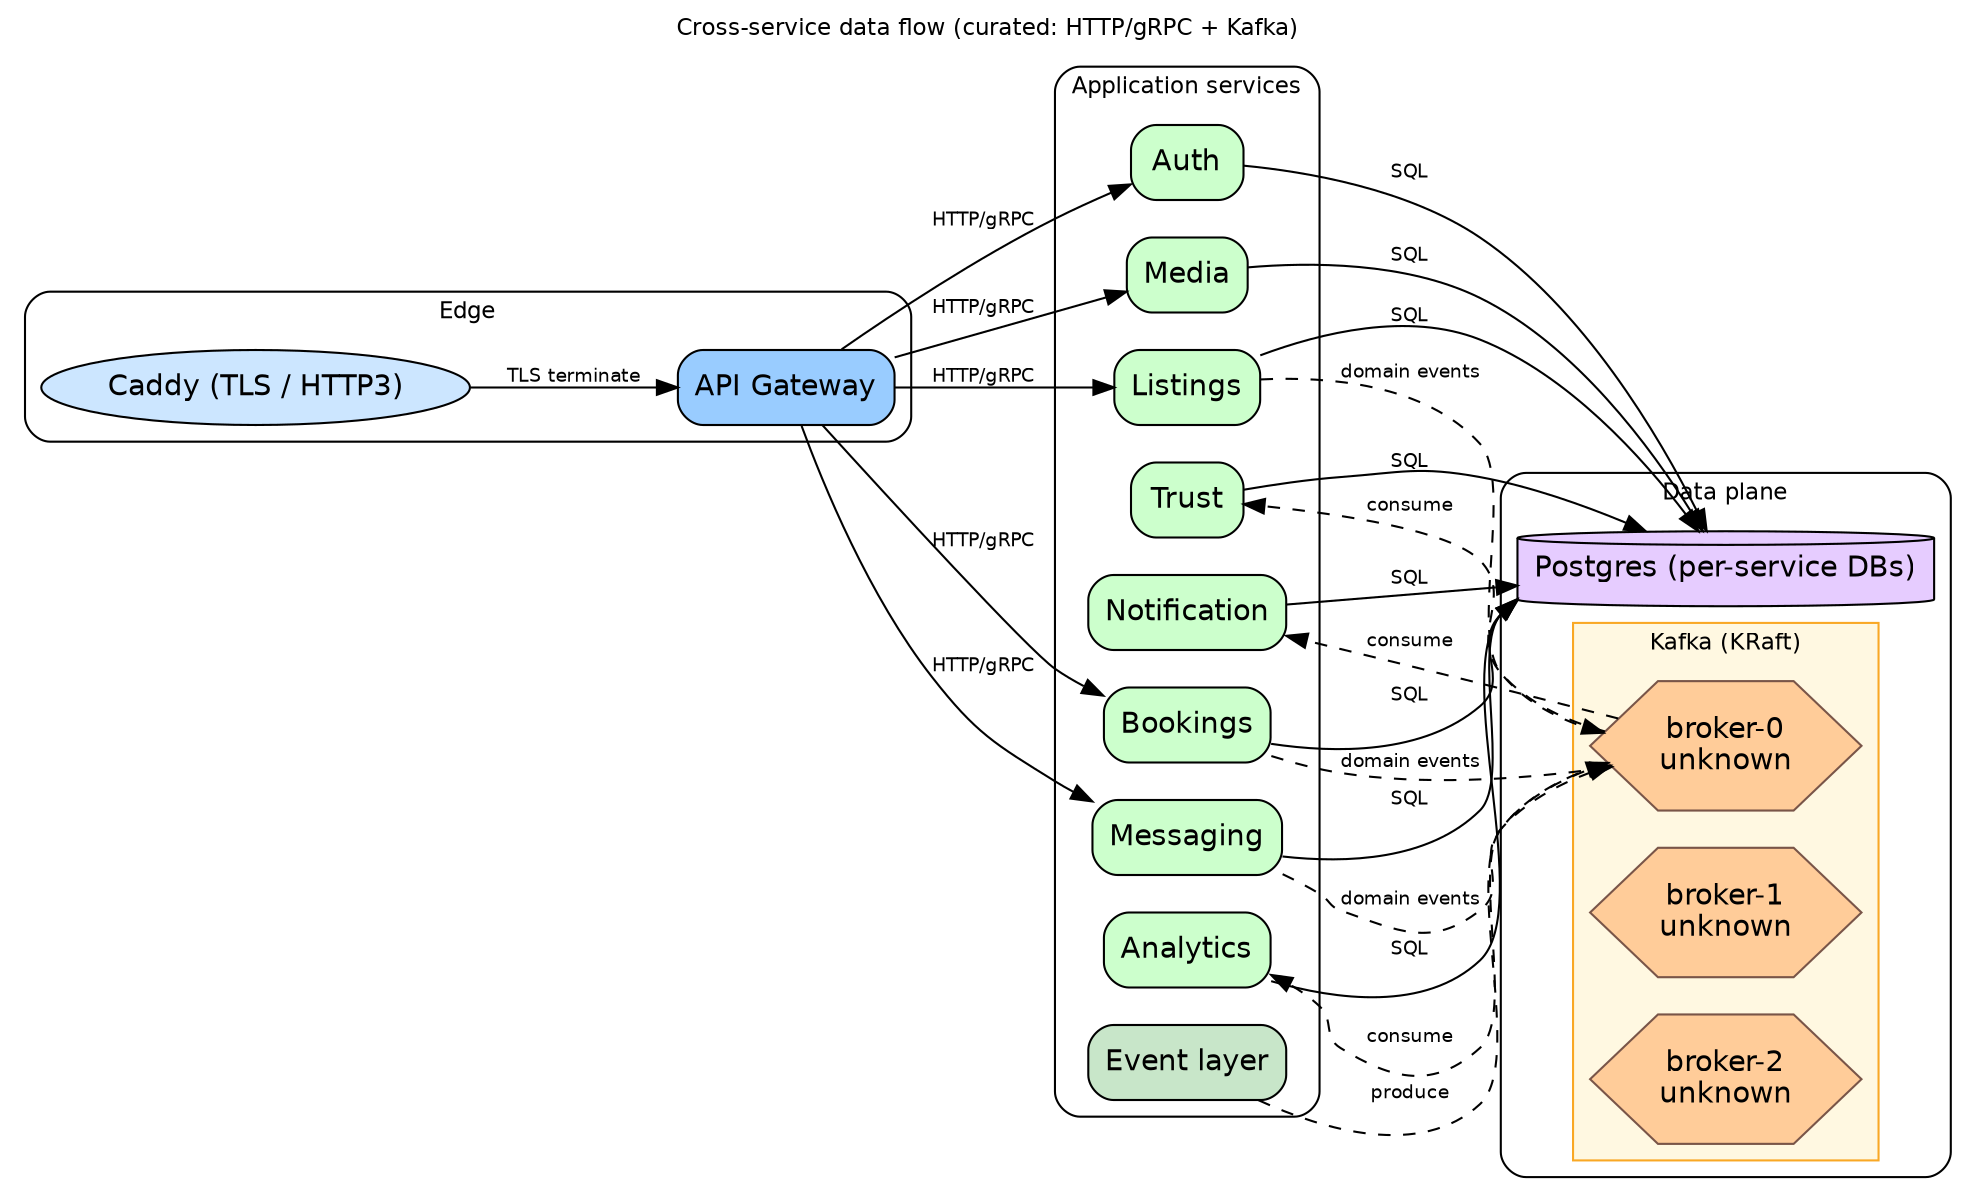
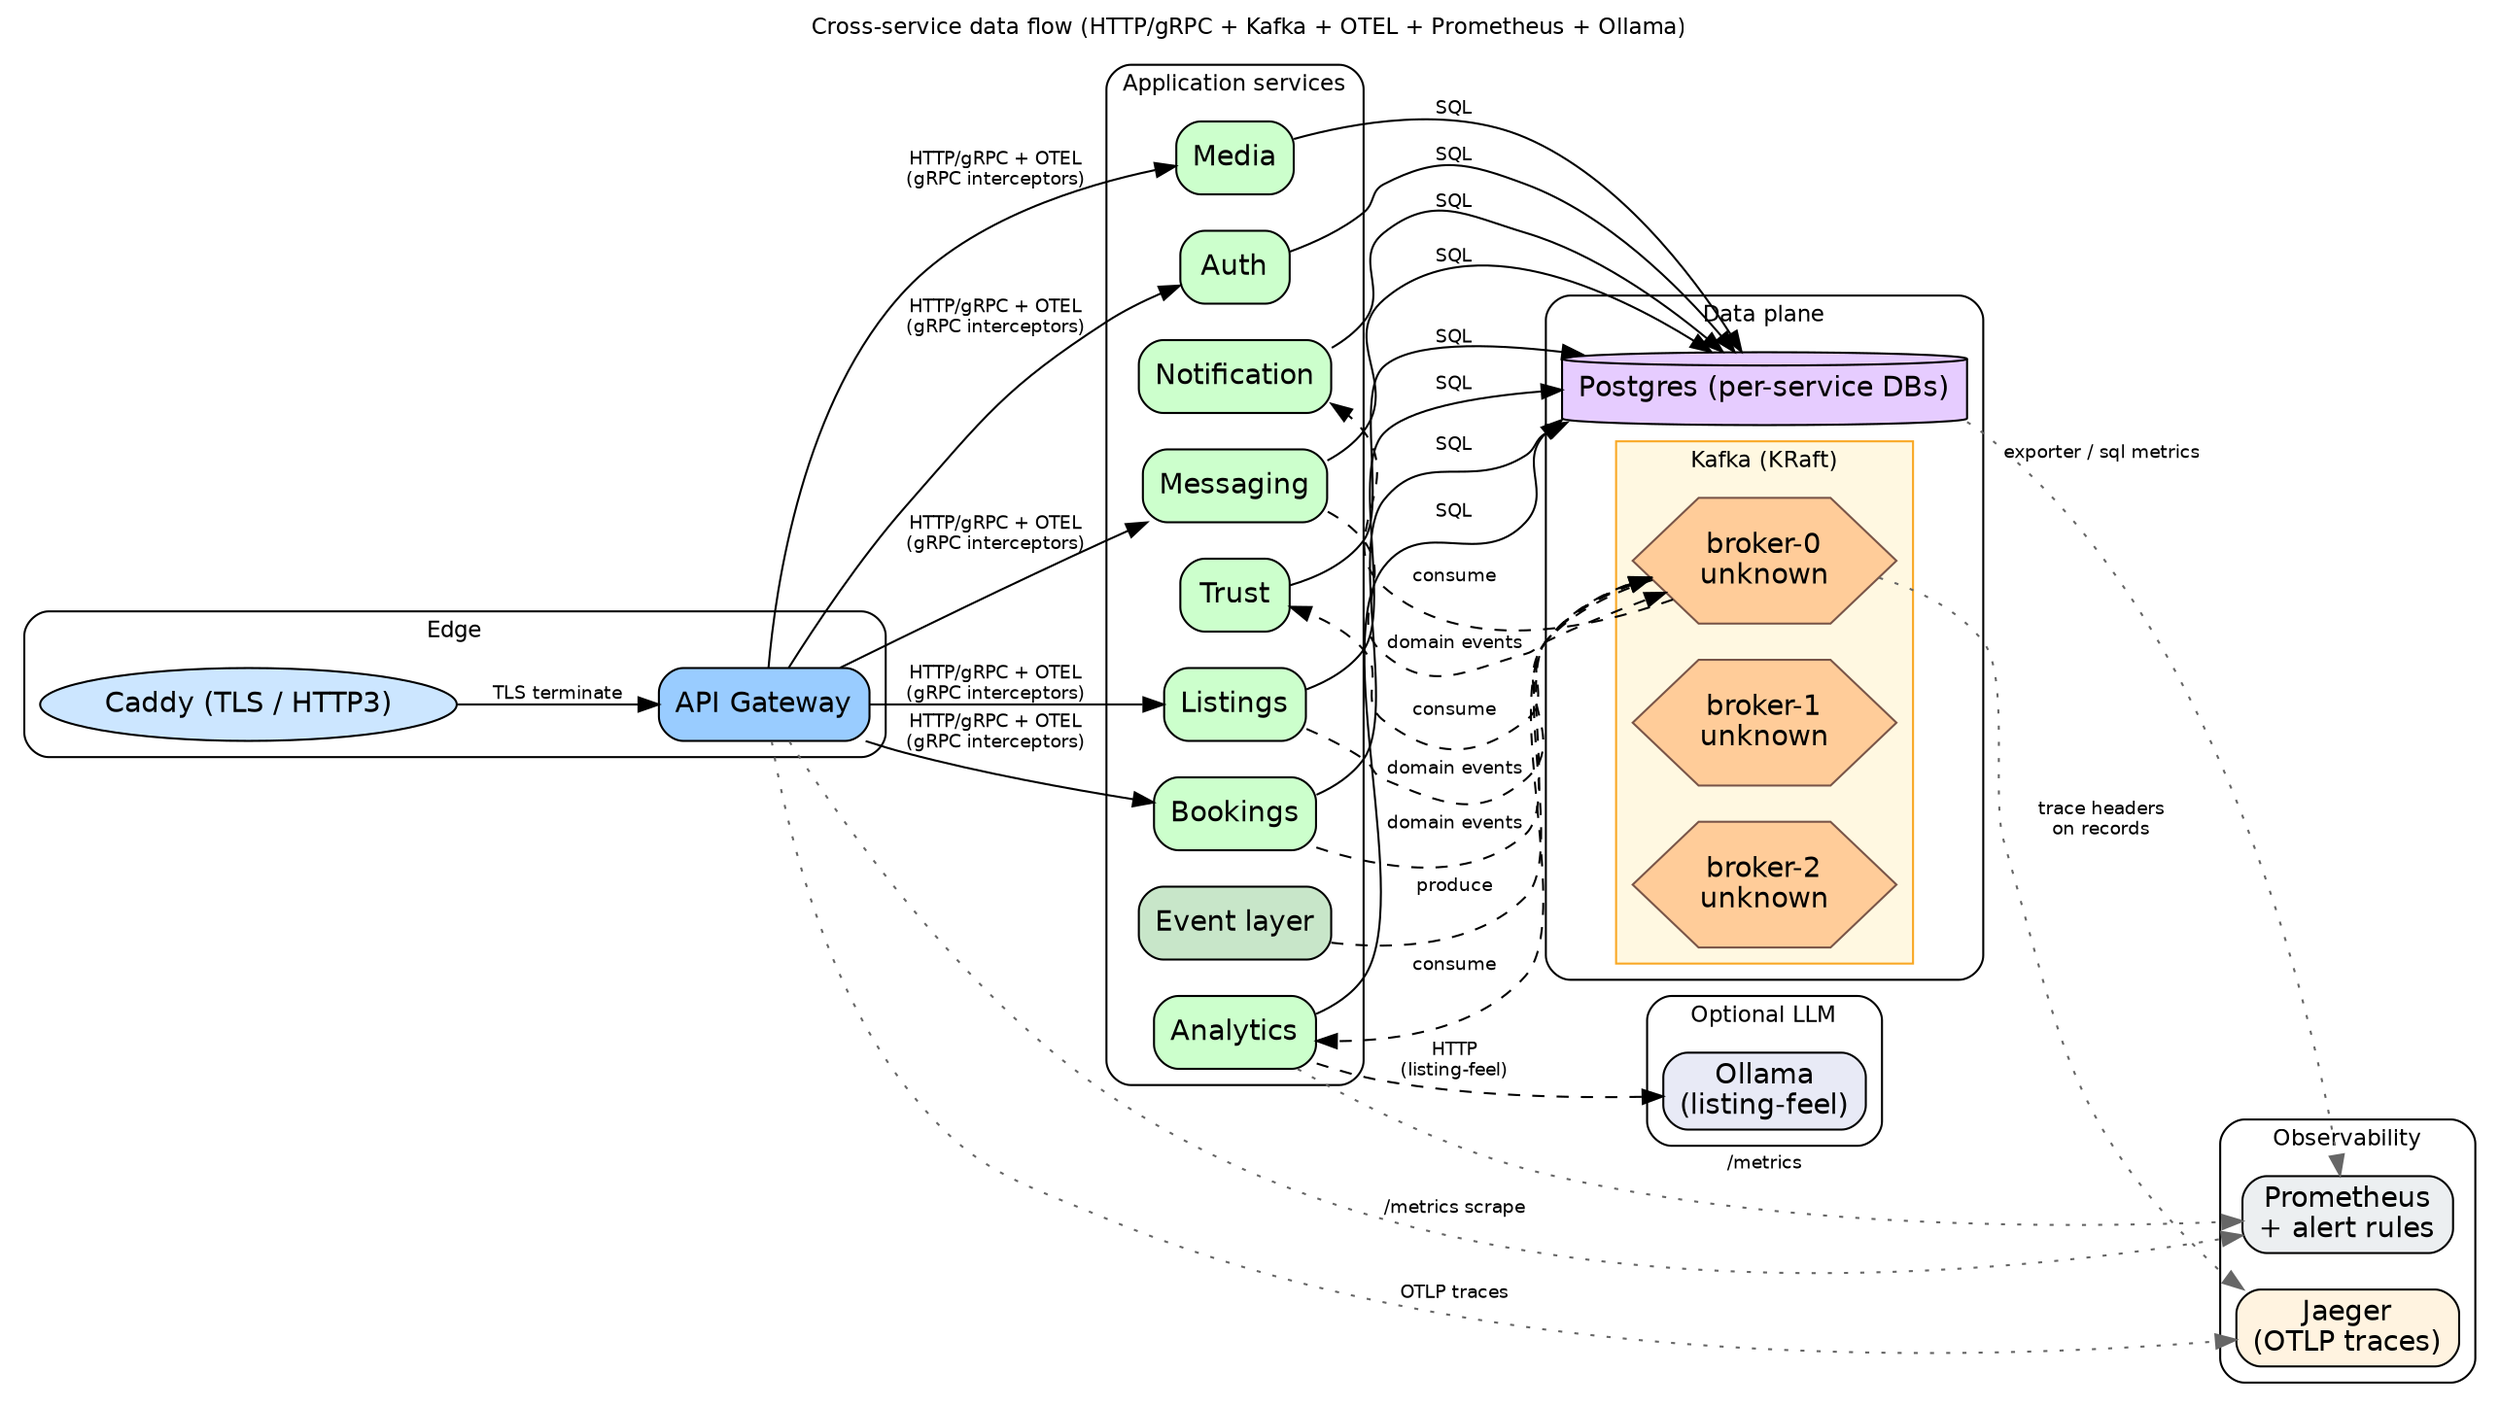
digraph dataflow {
  // Shared visual system — include inside digraph { } after the opening line.
  graph [fontname="Helvetica", fontsize=11];
  node [fontname="Helvetica"];
  edge [fontname="Helvetica", fontsize=9];
-   graph [rankdir=LR, fontsize=11, label="Cross-service data flow (curated: HTTP/gRPC + Kafka)", labelloc=t];
+   graph [rankdir=LR, fontsize=11, label="Cross-service data flow (HTTP/gRPC + Kafka + OTEL + Prometheus + Ollama)", labelloc=t];
  node [shape=box, style=rounded, fontname="Helvetica"];
  edge [fontname="Helvetica", fontsize=9];
  subgraph cluster_edge {
    label="Edge";
    style=rounded;
    gateway [label="API Gateway", shape=box, style="rounded,filled", fillcolor="#99ccff"];
    caddy [label="Caddy (TLS / HTTP3)", shape=ellipse, style=filled, fillcolor="#cce6ff"];
  }
  subgraph cluster_svc {
    label="Application services";
    style=rounded;
    auth [label="Auth", shape=box, style="rounded,filled", fillcolor="#ccffcc"];
    listings [label="Listings", shape=box, style="rounded,filled", fillcolor="#ccffcc"];
    bookings [label="Bookings", shape=box, style="rounded,filled", fillcolor="#ccffcc"];
    messaging [label="Messaging", shape=box, style="rounded,filled", fillcolor="#ccffcc"];
    notification [label="Notification", shape=box, style="rounded,filled", fillcolor="#ccffcc"];
    trust [label="Trust", shape=box, style="rounded,filled", fillcolor="#ccffcc"];
    analytics [label="Analytics", shape=box, style="rounded,filled", fillcolor="#ccffcc"];
    media [label="Media", shape=box, style="rounded,filled", fillcolor="#ccffcc"];
    event_layer [label="Event layer", shape=box, style="rounded,filled", fillcolor="#c8e6c9"];
  }
+   subgraph cluster_llm {
+     label="Optional LLM";
+     style=rounded;
+     ollama [label="Ollama
+ (listing-feel)", shape=box, style="rounded,filled", fillcolor="#e8eaf6"];
+   }
  subgraph cluster_data {
    label="Data plane";
    style=rounded;
    postgres_fleet [label="Postgres (per-service DBs)", shape=cylinder, style=filled, fillcolor="#e6ccff"];
    subgraph cluster_kafka_brokers {
      label="Kafka (KRaft)";
      style=filled;
      fillcolor="#fff8e1";
      color="#f9a825";
      { rank=same;
        kb0 [label="broker-0\nunknown", shape=hexagon, style=filled, fillcolor="#ffcc99", color="#795548"];
        kb1 [label="broker-1\nunknown", shape=hexagon, style=filled, fillcolor="#ffcc99", color="#795548"];
        kb2 [label="broker-2\nunknown", shape=hexagon, style=filled, fillcolor="#ffcc99", color="#795548"];
      }
    }
  }
+   subgraph cluster_observe {
+     label="Observability";
+     style=rounded;
+     prometheus [label="Prometheus
+ + alert rules", shape=box, style="rounded,filled", fillcolor="#eceff1"];
+     jaeger [label="Jaeger
+ (OTLP traces)", shape=box, style="rounded,filled", fillcolor="#fff3e0"];
+   }
  caddy -> gateway [label="TLS terminate"];
-   gateway -> auth [label="HTTP/gRPC"];
-   gateway -> listings [label="HTTP/gRPC"];
-   gateway -> bookings [label="HTTP/gRPC"];
-   gateway -> messaging [label="HTTP/gRPC"];
-   gateway -> media [label="HTTP/gRPC"];
+   gateway -> auth [label="HTTP/gRPC + OTEL
+ (gRPC interceptors)"];
+   gateway -> listings [label="HTTP/gRPC + OTEL
+ (gRPC interceptors)"];
+   gateway -> bookings [label="HTTP/gRPC + OTEL
+ (gRPC interceptors)"];
+   gateway -> messaging [label="HTTP/gRPC + OTEL
+ (gRPC interceptors)"];
+   gateway -> media [label="HTTP/gRPC + OTEL
+ (gRPC interceptors)"];
  listings -> postgres_fleet [label="SQL"];
  bookings -> postgres_fleet [label="SQL"];
  messaging -> postgres_fleet [label="SQL"];
  auth -> postgres_fleet [label="SQL"];
  notification -> postgres_fleet [label="SQL"];
  trust -> postgres_fleet [label="SQL"];
  analytics -> postgres_fleet [label="SQL"];
  media -> postgres_fleet [label="SQL"];
  event_layer -> kb0 [style=dashed, label="produce"];
  listings -> kb0 [style=dashed, label="domain events"];
  bookings -> kb0 [style=dashed, label="domain events"];
  messaging -> kb0 [style=dashed, label="domain events"];
  kb0 -> analytics [style=dashed, label="consume"];
  kb0 -> notification [style=dashed, label="consume"];
  kb0 -> trust [style=dashed, label="consume"];
+   analytics -> ollama [style=dashed, label="HTTP
+ (listing-feel)"];
+   gateway -> prometheus [style=dotted, color="#666666", label="/metrics scrape"];
+   gateway -> jaeger [style=dotted, color="#666666", label="OTLP traces"];
+   kb0 -> jaeger [style=dotted, color="#666666", label="trace headers
+ on records"];
+   postgres_fleet -> prometheus [style=dotted, color="#666666", label="exporter / sql metrics"];
+   analytics -> prometheus [style=dotted, color="#666666", label="/metrics"];
}
